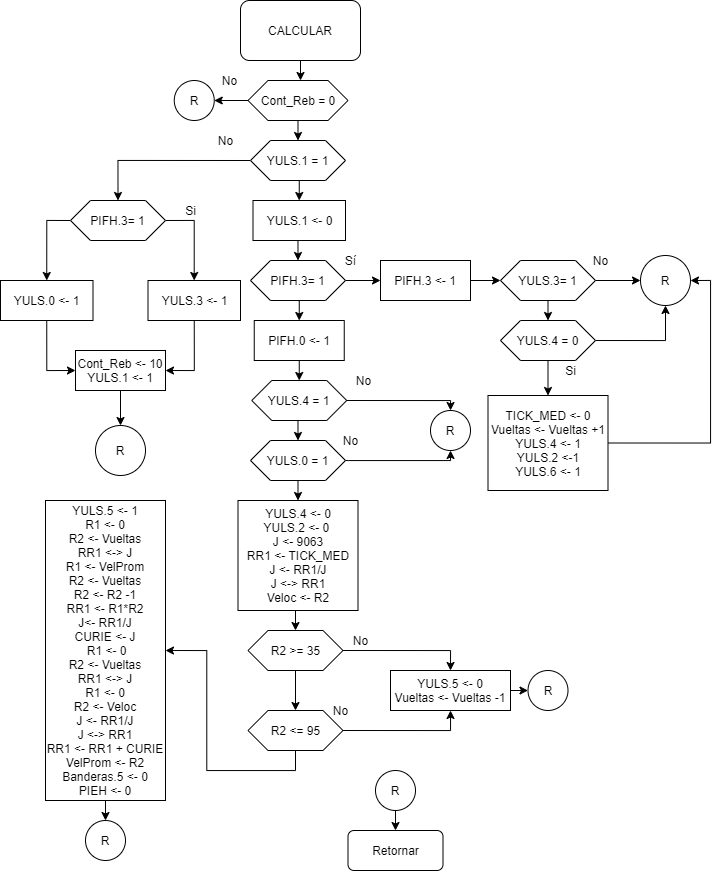
Before: PF/CALCULAR.png, a diagram exported from draw.io (robz25/Microprocesadores). Source tidied: cells renumbered, new cells last; positions are measured from the earlier drawing's top-left corner, leaving out a move shared by most shapes.
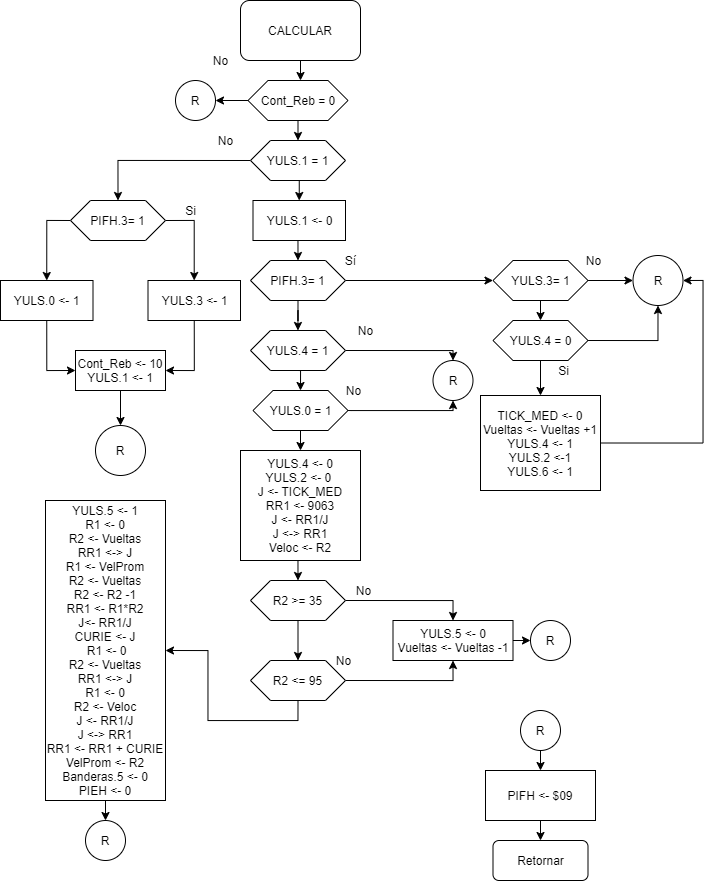
The same file after the commit.

Diff of the diagram source:
```diff
@@ -40,21 +40,15 @@
     <mxCell id="13" style="edgeStyle=orthogonalEdgeStyle;rounded=0;orthogonalLoop=1;jettySize=auto;html=1;exitX=0.5;exitY=1;exitDx=0;exitDy=0;" parent="1" edge="1" source="6" target="6">
       <mxGeometry relative="1" as="geometry" />
     </mxCell>
-    <mxCell id="14" style="edgeStyle=orthogonalEdgeStyle;rounded=0;jettySize=auto;html=1;exitX=1;exitY=0.5;exitDx=0;exitDy=0;entryX=0;entryY=0.5;entryDx=0;entryDy=0;" parent="1" edge="1" source="16" target="18">
-      <mxGeometry relative="1" as="geometry" />
-    </mxCell>
-    <mxCell id="15" style="edgeStyle=orthogonalEdgeStyle;rounded=0;jettySize=auto;html=1;exitX=0.5;exitY=1;exitDx=0;exitDy=0;entryX=0.5;entryY=0;entryDx=0;entryDy=0;" parent="1" edge="1" source="16" target="32">
-      <mxGeometry relative="1" as="geometry" />
-    </mxCell>
+    <mxCell id="75" style="edgeStyle=orthogonalEdgeStyle;rounded=0;jettySize=auto;html=1;exitX=1;exitY=0.5;exitDx=0;exitDy=0;entryX=0;entryY=0.5;entryDx=0;entryDy=0;" parent="1" edge="1" source="16" target="21">
+      <mxGeometry relative="1" as="geometry" />
+    </mxCell>
+    <mxCell id="76" style="edgeStyle=orthogonalEdgeStyle;rounded=0;jettySize=auto;html=1;exitX=0.5;exitY=1;exitDx=0;exitDy=0;" parent="1" edge="1" source="16" target="35">
+      <mxGeometry relative="1" as="geometry" />
+    </mxCell>
     <mxCell id="16" value="PIFH.3= 1" style="shape=hexagon;perimeter=hexagonPerimeter2;whiteSpace=wrap;html=1;fixedSize=1;" parent="1" vertex="1">
       <mxGeometry x="250" y="260" width="95" height="40" as="geometry" />
     </mxCell>
-    <mxCell id="17" style="edgeStyle=orthogonalEdgeStyle;rounded=0;jettySize=auto;html=1;exitX=1;exitY=0.5;exitDx=0;exitDy=0;entryX=0;entryY=0.5;entryDx=0;entryDy=0;" parent="1" edge="1" source="18" target="21">
-      <mxGeometry relative="1" as="geometry" />
-    </mxCell>
-    <mxCell id="18" value="PIFH.3 &amp;lt;- 1&lt;br&gt;" style="rounded=0;whiteSpace=wrap;html=1;" parent="1" vertex="1">
-      <mxGeometry x="380" y="260" width="90" height="40" as="geometry" />
-    </mxCell>
     <mxCell id="19" style="edgeStyle=orthogonalEdgeStyle;rounded=0;jettySize=auto;html=1;exitX=1;exitY=0.5;exitDx=0;exitDy=0;entryX=0;entryY=0.5;entryDx=0;entryDy=0;" parent="1" edge="1" source="21" target="24">
       <mxGeometry relative="1" as="geometry" />
     </mxCell>
@@ -62,25 +56,22 @@
       <mxGeometry relative="1" as="geometry" />
     </mxCell>
     <mxCell id="21" value="YULS.3= 1" style="shape=hexagon;perimeter=hexagonPerimeter2;whiteSpace=wrap;html=1;fixedSize=1;" parent="1" vertex="1">
-      <mxGeometry x="500" y="260" width="95" height="40" as="geometry" />
+      <mxGeometry x="492.5" y="260" width="95" height="40" as="geometry" />
     </mxCell>
     <mxCell id="22" value="Sí" style="text;html=1;align=center;verticalAlign=middle;" parent="1" vertex="1">
       <mxGeometry x="335" y="250" width="30" height="20" as="geometry" />
     </mxCell>
-    <mxCell id="23" value="No" style="text;html=1;align=center;verticalAlign=middle;" parent="1" vertex="1">
-      <mxGeometry x="213.8" y="70" width="30" height="20" as="geometry" />
-    </mxCell>
     <mxCell id="24" value="R" style="ellipse;whiteSpace=wrap;html=1;" parent="1" vertex="1">
-      <mxGeometry x="640" y="255" width="50" height="50" as="geometry" />
+      <mxGeometry x="632.5" y="255" width="50" height="50" as="geometry" />
     </mxCell>
     <mxCell id="25" value="No" style="text;html=1;align=center;verticalAlign=middle;" parent="1" vertex="1">
-      <mxGeometry x="585" y="250" width="30" height="20" as="geometry" />
+      <mxGeometry x="577.5" y="250" width="30" height="20" as="geometry" />
     </mxCell>
     <mxCell id="26" style="edgeStyle=orthogonalEdgeStyle;rounded=0;jettySize=auto;html=1;exitX=1;exitY=0.5;exitDx=0;exitDy=0;entryX=1;entryY=0.5;entryDx=0;entryDy=0;" parent="1" edge="1" source="27" target="24">
       <mxGeometry relative="1" as="geometry" />
     </mxCell>
     <mxCell id="27" value="TICK_MED &amp;lt;- 0&lt;br&gt;Vueltas &amp;lt;- Vueltas +1&lt;br&gt;YULS.4 &amp;lt;- 1&lt;br&gt;YULS.2 &amp;lt;-1&lt;br&gt;YULS.6 &amp;lt;- 1&lt;br&gt;" style="rounded=0;whiteSpace=wrap;html=1;" parent="1" vertex="1">
-      <mxGeometry x="487.5" y="395" width="120" height="95" as="geometry" />
+      <mxGeometry x="480" y="395" width="120" height="95" as="geometry" />
     </mxCell>
     <mxCell id="28" style="edgeStyle=orthogonalEdgeStyle;rounded=0;jettySize=auto;html=1;exitX=0.5;exitY=1;exitDx=0;exitDy=0;entryX=0.5;entryY=0;entryDx=0;entryDy=0;" parent="1" edge="1" source="30" target="27">
       <mxGeometry relative="1" as="geometry" />
@@ -89,18 +80,12 @@
       <mxGeometry relative="1" as="geometry" />
     </mxCell>
     <mxCell id="30" value="YULS.4 = 0" style="shape=hexagon;perimeter=hexagonPerimeter2;whiteSpace=wrap;html=1;fixedSize=1;" parent="1" vertex="1">
-      <mxGeometry x="500" y="320" width="95" height="40" as="geometry" />
+      <mxGeometry x="492.5" y="320" width="95" height="40" as="geometry" />
     </mxCell>
-    <mxCell id="31" style="edgeStyle=orthogonalEdgeStyle;rounded=0;jettySize=auto;html=1;exitX=0.5;exitY=1;exitDx=0;exitDy=0;entryX=0.5;entryY=0;entryDx=0;entryDy=0;" parent="1" edge="1" source="32" target="35">
-      <mxGeometry relative="1" as="geometry" />
-    </mxCell>
-    <mxCell id="32" value="PIFH.0 &amp;lt;- 1" style="rounded=0;whiteSpace=wrap;html=1;" parent="1" vertex="1">
-      <mxGeometry x="253.8" y="320" width="90" height="40" as="geometry" />
-    </mxCell>
     <mxCell id="33" style="edgeStyle=orthogonalEdgeStyle;rounded=0;jettySize=auto;html=1;exitX=1;exitY=0.5;exitDx=0;exitDy=0;entryX=0.5;entryY=0;entryDx=0;entryDy=0;" parent="1" edge="1" source="35" target="40">
       <mxGeometry relative="1" as="geometry">
         <Array as="points">
-          <mxPoint x="450" y="400" />
+          <mxPoint x="452.5" y="350" />
         </Array>
       </mxGeometry>
     </mxCell>
@@ -108,16 +93,16 @@
       <mxGeometry relative="1" as="geometry" />
     </mxCell>
     <mxCell id="35" value="YULS.4 = 1" style="shape=hexagon;perimeter=hexagonPerimeter2;whiteSpace=wrap;html=1;fixedSize=1;" parent="1" vertex="1">
-      <mxGeometry x="251.2" y="380" width="95" height="40" as="geometry" />
+      <mxGeometry x="250" y="330" width="95" height="40" as="geometry" />
     </mxCell>
     <mxCell id="36" value="No" style="text;html=1;align=center;verticalAlign=middle;" parent="1" vertex="1">
-      <mxGeometry x="347.5" y="370" width="30" height="20" as="geometry" />
+      <mxGeometry x="350" y="320" width="30" height="20" as="geometry" />
     </mxCell>
     <mxCell id="37" style="edgeStyle=orthogonalEdgeStyle;rounded=0;jettySize=auto;html=1;exitX=1;exitY=0.5;exitDx=0;exitDy=0;entryX=0.5;entryY=1;entryDx=0;entryDy=0;" parent="1" edge="1" source="39" target="40">
       <mxGeometry relative="1" as="geometry">
         <Array as="points">
-          <mxPoint x="348" y="460" />
-          <mxPoint x="450" y="460" />
+          <mxPoint x="350.5" y="410" />
+          <mxPoint x="452.5" y="410" />
         </Array>
       </mxGeometry>
     </mxCell>
@@ -125,19 +110,19 @@
       <mxGeometry relative="1" as="geometry" />
     </mxCell>
     <mxCell id="39" value="YULS.0 = 1" style="shape=hexagon;perimeter=hexagonPerimeter2;whiteSpace=wrap;html=1;fixedSize=1;" parent="1" vertex="1">
-      <mxGeometry x="250" y="440" width="95" height="40" as="geometry" />
+      <mxGeometry x="252.5" y="390" width="95" height="40" as="geometry" />
     </mxCell>
     <mxCell id="40" value="R" style="ellipse;whiteSpace=wrap;html=1;" parent="1" vertex="1">
-      <mxGeometry x="430" y="410" width="40" height="40" as="geometry" />
+      <mxGeometry x="432.5" y="360" width="40" height="40" as="geometry" />
     </mxCell>
     <mxCell id="41" value="No" style="text;html=1;align=center;verticalAlign=middle;" parent="1" vertex="1">
-      <mxGeometry x="335" y="430" width="30" height="20" as="geometry" />
+      <mxGeometry x="337.5" y="380" width="30" height="20" as="geometry" />
     </mxCell>
     <mxCell id="42" style="edgeStyle=orthogonalEdgeStyle;rounded=0;jettySize=auto;html=1;exitX=0.5;exitY=1;exitDx=0;exitDy=0;entryX=0.5;entryY=0;entryDx=0;entryDy=0;" parent="1" edge="1" source="43" target="57">
       <mxGeometry relative="1" as="geometry" />
     </mxCell>
-    <mxCell id="43" value="YULS.4 &amp;lt;- 0&lt;br&gt;YULS.2 &amp;lt;- 0&amp;nbsp;&lt;br&gt;J &amp;lt;- 9063&lt;br&gt;RR1 &amp;lt;- TICK_MED&lt;br&gt;J &amp;lt;- RR1/J&lt;br&gt;J &amp;lt;-&amp;gt; RR1&lt;br&gt;Veloc &amp;lt;- R2" style="rounded=0;whiteSpace=wrap;html=1;" parent="1" vertex="1">
-      <mxGeometry x="237.5" y="500" width="120" height="110" as="geometry" />
+    <mxCell id="43" value="YULS.4 &amp;lt;- 0&lt;br&gt;YULS.2 &amp;lt;- 0&amp;nbsp;&lt;br&gt;J &amp;lt;- TICK_MED&lt;br&gt;RR1 &amp;lt;- 9063&lt;br&gt;J &amp;lt;- RR1/J&lt;br&gt;J &amp;lt;-&amp;gt; RR1&lt;br&gt;Veloc &amp;lt;- R2" style="rounded=0;whiteSpace=wrap;html=1;" parent="1" vertex="1">
+      <mxGeometry x="240" y="450" width="120" height="110" as="geometry" />
     </mxCell>
     <mxCell id="44" style="edgeStyle=orthogonalEdgeStyle;rounded=0;jettySize=auto;html=1;exitX=1;exitY=0.5;exitDx=0;exitDy=0;" parent="1" edge="1" source="46" target="48">
       <mxGeometry relative="1" as="geometry" />
@@ -179,7 +164,7 @@
       <mxGeometry relative="1" as="geometry" />
     </mxCell>
     <mxCell id="57" value="R2 &amp;gt;= 35" style="shape=hexagon;perimeter=hexagonPerimeter2;whiteSpace=wrap;html=1;fixedSize=1;" parent="1" vertex="1">
-      <mxGeometry x="247.5" y="630" width="95" height="40" as="geometry" />
+      <mxGeometry x="250" y="580" width="95" height="40" as="geometry" />
     </mxCell>
     <mxCell id="58" style="edgeStyle=orthogonalEdgeStyle;rounded=0;jettySize=auto;html=1;exitX=1;exitY=0.5;exitDx=0;exitDy=0;entryX=0.5;entryY=1;entryDx=0;entryDy=0;" parent="1" edge="1" source="60" target="62">
       <mxGeometry relative="1" as="geometry" />
@@ -188,22 +173,22 @@
       <mxGeometry relative="1" as="geometry" />
     </mxCell>
     <mxCell id="60" value="R2 &amp;lt;= 95" style="shape=hexagon;perimeter=hexagonPerimeter2;whiteSpace=wrap;html=1;fixedSize=1;" parent="1" vertex="1">
-      <mxGeometry x="247.5" y="710" width="95" height="40" as="geometry" />
+      <mxGeometry x="250" y="660" width="95" height="40" as="geometry" />
     </mxCell>
     <mxCell id="61" style="edgeStyle=orthogonalEdgeStyle;rounded=0;jettySize=auto;html=1;exitX=1;exitY=0.5;exitDx=0;exitDy=0;entryX=0;entryY=0.5;entryDx=0;entryDy=0;" parent="1" edge="1" source="62" target="65">
       <mxGeometry relative="1" as="geometry" />
     </mxCell>
     <mxCell id="62" value="YULS.5 &amp;lt;- 0&lt;br&gt;Vueltas &amp;lt;- Vueltas -1" style="rounded=0;whiteSpace=wrap;html=1;" parent="1" vertex="1">
-      <mxGeometry x="390" y="670" width="120" height="40" as="geometry" />
+      <mxGeometry x="392.5" y="620" width="120" height="40" as="geometry" />
     </mxCell>
     <mxCell id="63" value="No" style="text;html=1;align=center;verticalAlign=middle;" parent="1" vertex="1">
-      <mxGeometry x="345" y="630" width="30" height="20" as="geometry" />
+      <mxGeometry x="347.5" y="580" width="30" height="20" as="geometry" />
     </mxCell>
     <mxCell id="64" value="No" style="text;html=1;align=center;verticalAlign=middle;" parent="1" vertex="1">
-      <mxGeometry x="325" y="700" width="30" height="20" as="geometry" />
+      <mxGeometry x="327.5" y="650" width="30" height="20" as="geometry" />
     </mxCell>
     <mxCell id="65" value="R" style="ellipse;whiteSpace=wrap;html=1;" parent="1" vertex="1">
-      <mxGeometry x="527.5" y="670" width="40" height="40" as="geometry" />
+      <mxGeometry x="530" y="620" width="40" height="40" as="geometry" />
     </mxCell>
     <mxCell id="66" style="edgeStyle=orthogonalEdgeStyle;rounded=0;jettySize=auto;html=1;exitX=0.5;exitY=1;exitDx=0;exitDy=0;entryX=0.5;entryY=0;entryDx=0;entryDy=0;" parent="1" edge="1" source="67" target="68">
       <mxGeometry relative="1" as="geometry" />
@@ -215,22 +200,31 @@
       <mxGeometry x="85" y="820" width="40" height="40" as="geometry" />
     </mxCell>
     <mxCell id="69" value="Retornar" style="rounded=1;whiteSpace=wrap;html=1;" parent="1" vertex="1">
-      <mxGeometry x="347.5" y="830" width="95" height="40" as="geometry" />
+      <mxGeometry x="492.5" y="840" width="95" height="40" as="geometry" />
     </mxCell>
-    <mxCell id="70" style="edgeStyle=orthogonalEdgeStyle;rounded=0;jettySize=auto;html=1;exitX=0.5;exitY=1;exitDx=0;exitDy=0;entryX=0.5;entryY=0;entryDx=0;entryDy=0;" parent="1" edge="1" source="71" target="69">
-      <mxGeometry relative="1" as="geometry" />
-    </mxCell>
+    <mxCell id="77" style="edgeStyle=orthogonalEdgeStyle;rounded=0;jettySize=auto;html=1;exitX=0.5;exitY=1;exitDx=0;exitDy=0;entryX=0.5;entryY=0;entryDx=0;entryDy=0;" parent="1" edge="1" source="71" target="79">
+      <mxGeometry relative="1" as="geometry" />
+    </mxCell>
     <mxCell id="71" value="R" style="ellipse;whiteSpace=wrap;html=1;" parent="1" vertex="1">
-      <mxGeometry x="375" y="770" width="40" height="40" as="geometry" />
+      <mxGeometry x="520" y="710" width="40" height="40" as="geometry" />
     </mxCell>
     <mxCell id="72" style="edgeStyle=orthogonalEdgeStyle;rounded=0;orthogonalLoop=1;jettySize=auto;html=1;exitX=0.5;exitY=1;exitDx=0;exitDy=0;" parent="1" edge="1" source="69" target="69">
       <mxGeometry relative="1" as="geometry" />
     </mxCell>
     <mxCell id="73" value="R" style="ellipse;whiteSpace=wrap;html=1;" parent="1" vertex="1">
-      <mxGeometry x="173.8" y="80" width="40" height="40" as="geometry" />
+      <mxGeometry x="175" y="80" width="40" height="40" as="geometry" />
     </mxCell>
     <mxCell id="74" value="Si" style="text;html=1;align=center;verticalAlign=middle;" parent="1" vertex="1">
-      <mxGeometry x="555" y="360" width="30" height="20" as="geometry" />
+      <mxGeometry x="547.5" y="360" width="30" height="20" as="geometry" />
     </mxCell>
+    <mxCell id="23" value="No" style="text;html=1;align=center;verticalAlign=middle;" parent="1" vertex="1">
+      <mxGeometry x="205" y="50" width="30" height="20" as="geometry" />
+    </mxCell>
+    <mxCell id="78" style="edgeStyle=orthogonalEdgeStyle;rounded=0;jettySize=auto;html=1;exitX=0.5;exitY=1;exitDx=0;exitDy=0;entryX=0.5;entryY=0;entryDx=0;entryDy=0;" parent="1" edge="1" source="79" target="69">
+      <mxGeometry relative="1" as="geometry" />
+    </mxCell>
+    <mxCell id="79" value="PIFH &amp;lt;- $09" style="rounded=0;whiteSpace=wrap;html=1;" parent="1" vertex="1">
+      <mxGeometry x="485" y="770" width="110" height="50" as="geometry" />
+    </mxCell>
   </root>
 </mxGraphModel>
```
